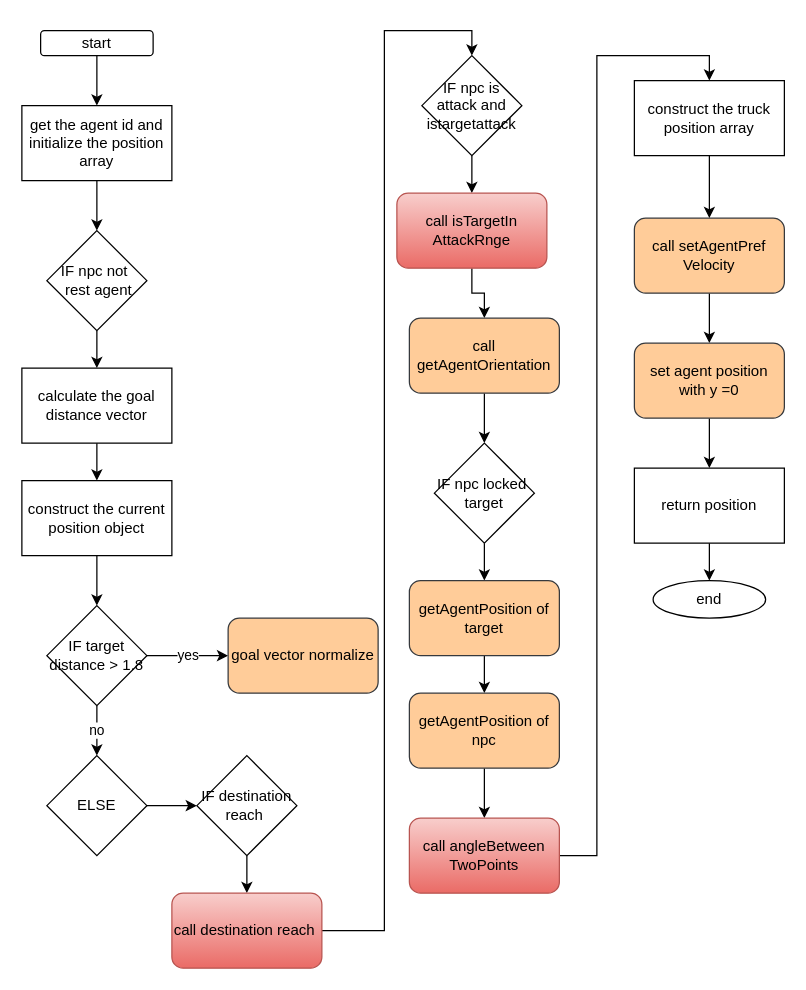
Before: props/update.drawio in sivagit/diagrams, a draw.io diagram. Source tidied: cells renumbered, new cells numbered last; positions are measured from the earlier drawing's top-left corner, leaving out a move shared by most shapes. Both pictures are drawn from the tidied source at 125%, with x=0, y=0 at pixel (21, 30).
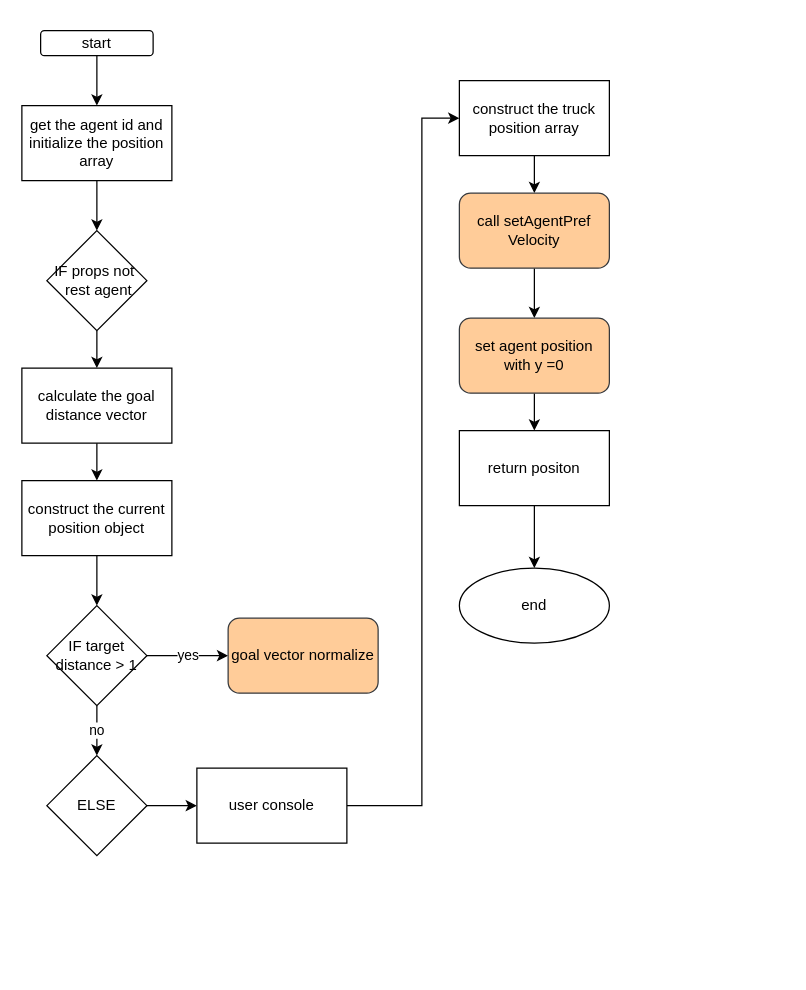
Above is the later version.

Unchanged cells that the change refers to:
```xml
<mxCell id="9" value="ELSE" style="rhombus;whiteSpace=wrap;html=1;rounded=0;" parent="1" vertex="1">
  <mxGeometry x="20" y="580" width="80" height="80" as="geometry" />
</mxCell>
```

Change to the diagram source:
```diff
@@
-    <mxCell id="5" value="IF target distance &amp;gt; 1.8" style="rhombus;whiteSpace=wrap;html=1;rounded=0;" parent="1" vertex="1">
+    <mxCell id="5" value="IF target distance &amp;gt; 1" style="rhombus;whiteSpace=wrap;html=1;rounded=0;" parent="1" vertex="1">
       <mxGeometry x="20" y="460" width="80" height="80" as="geometry" />
     </mxCell>
@@
-    <mxCell id="8" style="edgeStyle=orthogonalEdgeStyle;rounded=0;jettySize=auto;html=1;" parent="1" edge="1" source="9" target="26">
-      <mxGeometry relative="1" as="geometry" />
+    <mxCell id="8" style="edgeStyle=orthogonalEdgeStyle;rounded=0;jettySize=auto;html=1;" parent="1" edge="1" source="9">
+      <mxGeometry relative="1" as="geometry">
+        <mxPoint x="140" y="620" as="targetPoint" />
+      </mxGeometry>
     </mxCell>
@@
-    <mxCell id="10" style="edgeStyle=orthogonalEdgeStyle;rounded=0;jettySize=auto;html=1;" parent="1" edge="1" source="11" target="44">
-      <mxGeometry relative="1" as="geometry" />
-    </mxCell>
-    <mxCell id="11" value="call&amp;nbsp;setAgentPref&lt;br&gt;Velocity" style="rounded=1;whiteSpace=wrap;html=1;fillColor=#ffcc99;strokeColor=#36393d;" parent="1" vertex="1">
-      <mxGeometry x="490" y="150" width="120" height="60" as="geometry" />
-    </mxCell>
-    <mxCell id="12" style="edgeStyle=orthogonalEdgeStyle;rounded=0;jettySize=auto;html=1;" parent="1" edge="1" source="13" target="11">
-      <mxGeometry relative="1" as="geometry" />
-    </mxCell>
-    <mxCell id="13" value="construct the truck position array" style="whiteSpace=wrap;html=1;rounded=0;" parent="1" vertex="1">
-      <mxGeometry x="490" y="40" width="120" height="60" as="geometry" />
-    </mxCell>
-    <mxCell id="14" style="edgeStyle=orthogonalEdgeStyle;rounded=0;jettySize=auto;html=1;" parent="1" edge="1" source="15" target="16">
-      <mxGeometry relative="1" as="geometry" />
-    </mxCell>
-    <mxCell id="15" value="return position" style="whiteSpace=wrap;html=1;rounded=0;" parent="1" vertex="1">
-      <mxGeometry x="490" y="350" width="120" height="60" as="geometry" />
-    </mxCell>
-    <mxCell id="16" value="end" style="ellipse;whiteSpace=wrap;html=1;rounded=0;" parent="1" vertex="1">
-      <mxGeometry x="505" y="440" width="90" height="30" as="geometry" />
-    </mxCell>
@@
-    <mxCell id="22" value="IF npc not&amp;nbsp; &amp;nbsp;rest agent" style="rhombus;whiteSpace=wrap;html=1;" parent="1" vertex="1">
+    <mxCell id="22" value="IF props not&amp;nbsp; &amp;nbsp;rest agent" style="rhombus;whiteSpace=wrap;html=1;" parent="1" vertex="1">
       <mxGeometry x="20" y="160" width="80" height="80" as="geometry" />
     </mxCell>
@@
-    <mxCell id="25" style="edgeStyle=orthogonalEdgeStyle;rounded=0;jettySize=auto;html=1;" parent="1" edge="1" source="26" target="28">
-      <mxGeometry relative="1" as="geometry" />
-    </mxCell>
-    <mxCell id="26" value="IF destination reach&amp;nbsp;" style="rhombus;whiteSpace=wrap;html=1;rounded=0;" parent="1" vertex="1">
-      <mxGeometry x="140" y="580" width="80" height="80" as="geometry" />
-    </mxCell>
-    <mxCell id="27" style="edgeStyle=orthogonalEdgeStyle;rounded=0;jettySize=auto;html=1;entryX=0.5;entryY=0;entryDx=0;entryDy=0;" parent="1" edge="1" source="28" target="30">
-      <mxGeometry relative="1" as="geometry">
-        <Array as="points">
-          <mxPoint x="290" y="720" />
-          <mxPoint x="290" />
-          <mxPoint x="360" />
-        </Array>
-      </mxGeometry>
-    </mxCell>
-    <mxCell id="28" value="call destination reach&amp;nbsp;" style="rounded=1;whiteSpace=wrap;html=1;fillColor=#f8cecc;gradientColor=#ea6b66;strokeColor=#b85450;" parent="1" vertex="1">
-      <mxGeometry x="120" y="690" width="120" height="60" as="geometry" />
-    </mxCell>
-    <mxCell id="29" style="edgeStyle=orthogonalEdgeStyle;rounded=0;jettySize=auto;html=1;" parent="1" edge="1" source="30" target="32">
-      <mxGeometry relative="1" as="geometry" />
-    </mxCell>
-    <mxCell id="30" value="IF npc is attack and istargetattack" style="rhombus;whiteSpace=wrap;html=1;" parent="1" vertex="1">
-      <mxGeometry x="320" y="20" width="80" height="80" as="geometry" />
-    </mxCell>
-    <mxCell id="31" style="edgeStyle=orthogonalEdgeStyle;rounded=0;jettySize=auto;html=1;" parent="1" edge="1" source="32" target="34">
-      <mxGeometry relative="1" as="geometry" />
-    </mxCell>
-    <mxCell id="32" value="call&amp;nbsp;isTargetIn&lt;br&gt;AttackRnge" style="rounded=1;whiteSpace=wrap;html=1;fillColor=#f8cecc;gradientColor=#ea6b66;strokeColor=#b85450;" parent="1" vertex="1">
-      <mxGeometry x="300" y="130" width="120" height="60" as="geometry" />
-    </mxCell>
-    <mxCell id="33" style="edgeStyle=orthogonalEdgeStyle;rounded=0;jettySize=auto;html=1;" parent="1" edge="1" source="34" target="36">
-      <mxGeometry relative="1" as="geometry" />
-    </mxCell>
-    <mxCell id="34" value="call getAgentOrientation" style="rounded=1;whiteSpace=wrap;html=1;fillColor=#ffcc99;strokeColor=#36393d;" parent="1" vertex="1">
-      <mxGeometry x="310" y="230" width="120" height="60" as="geometry" />
-    </mxCell>
-    <mxCell id="35" style="edgeStyle=orthogonalEdgeStyle;rounded=0;jettySize=auto;html=1;" parent="1" edge="1" source="36" target="38">
-      <mxGeometry relative="1" as="geometry" />
-    </mxCell>
-    <mxCell id="36" value="IF npc locked&amp;nbsp; target" style="rhombus;whiteSpace=wrap;html=1;" parent="1" vertex="1">
-      <mxGeometry x="330" y="330" width="80" height="80" as="geometry" />
-    </mxCell>
-    <mxCell id="37" style="edgeStyle=orthogonalEdgeStyle;rounded=0;jettySize=auto;html=1;" parent="1" edge="1" source="38" target="40">
-      <mxGeometry relative="1" as="geometry" />
-    </mxCell>
-    <mxCell id="38" value="getAgentPosition of target" style="rounded=1;whiteSpace=wrap;html=1;fillColor=#ffcc99;strokeColor=#36393d;" parent="1" vertex="1">
-      <mxGeometry x="310" y="440" width="120" height="60" as="geometry" />
-    </mxCell>
-    <mxCell id="39" style="edgeStyle=orthogonalEdgeStyle;rounded=0;jettySize=auto;html=1;" parent="1" edge="1" source="40" target="42">
-      <mxGeometry relative="1" as="geometry" />
-    </mxCell>
-    <mxCell id="40" value="getAgentPosition of npc" style="rounded=1;whiteSpace=wrap;html=1;fillColor=#ffcc99;strokeColor=#36393d;" parent="1" vertex="1">
-      <mxGeometry x="310" y="530" width="120" height="60" as="geometry" />
-    </mxCell>
-    <mxCell id="41" style="edgeStyle=orthogonalEdgeStyle;rounded=0;jettySize=auto;html=1;entryX=0.5;entryY=0;entryDx=0;entryDy=0;" parent="1" edge="1" source="42" target="13">
-      <mxGeometry relative="1" as="geometry" />
-    </mxCell>
-    <mxCell id="42" value="call&amp;nbsp;angleBetween&lt;br&gt;TwoPoints" style="rounded=1;whiteSpace=wrap;html=1;fillColor=#f8cecc;gradientColor=#ea6b66;strokeColor=#b85450;" parent="1" vertex="1">
-      <mxGeometry x="310" y="630" width="120" height="60" as="geometry" />
-    </mxCell>
-    <mxCell id="43" style="edgeStyle=orthogonalEdgeStyle;rounded=0;jettySize=auto;html=1;" parent="1" edge="1" source="44" target="15">
-      <mxGeometry relative="1" as="geometry" />
-    </mxCell>
+    <mxCell id="45" style="edgeStyle=orthogonalEdgeStyle;rounded=0;jettySize=auto;html=1;" parent="1" edge="1" source="46" target="13">
+      <mxGeometry relative="1" as="geometry">
+        <Array as="points">
+          <mxPoint x="320" y="620" />
+          <mxPoint x="320" y="70" />
+        </Array>
+      </mxGeometry>
+    </mxCell>
+    <mxCell id="46" value="user console" style="rounded=0;whiteSpace=wrap;html=1;" parent="1" vertex="1">
+      <mxGeometry x="140" y="590" width="120" height="60" as="geometry" />
+    </mxCell>
+    <mxCell id="12" style="edgeStyle=orthogonalEdgeStyle;rounded=0;jettySize=auto;html=1;" parent="1" edge="1" source="13" target="11">
+      <mxGeometry relative="1" as="geometry" />
+    </mxCell>
+    <mxCell id="13" value="construct the truck position array" style="whiteSpace=wrap;html=1;rounded=0;" parent="1" vertex="1">
+      <mxGeometry x="350" y="40" width="120" height="60" as="geometry" />
+    </mxCell>
+    <mxCell id="10" style="edgeStyle=orthogonalEdgeStyle;rounded=0;jettySize=auto;html=1;" parent="1" edge="1" source="11" target="44">
+      <mxGeometry relative="1" as="geometry" />
+    </mxCell>
+    <mxCell id="11" value="call&amp;nbsp;setAgentPref&lt;br&gt;Velocity" style="rounded=1;whiteSpace=wrap;html=1;fillColor=#ffcc99;strokeColor=#36393d;" parent="1" vertex="1">
+      <mxGeometry x="350" y="130" width="120" height="60" as="geometry" />
+    </mxCell>
+    <mxCell id="47" style="edgeStyle=orthogonalEdgeStyle;rounded=0;jettySize=auto;html=1;" parent="1" edge="1" source="44" target="49">
+      <mxGeometry relative="1" as="geometry" />
+    </mxCell>
     <mxCell id="44" value="set agent position with y =0" style="rounded=1;whiteSpace=wrap;html=1;fillColor=#ffcc99;strokeColor=#36393d;" parent="1" vertex="1">
-      <mxGeometry x="490" y="250" width="120" height="60" as="geometry" />
+      <mxGeometry x="350" y="230" width="120" height="60" as="geometry" />
     </mxCell>
+    <mxCell id="48" style="edgeStyle=orthogonalEdgeStyle;rounded=0;jettySize=auto;html=1;" parent="1" edge="1" source="49" target="16">
+      <mxGeometry relative="1" as="geometry" />
+    </mxCell>
+    <mxCell id="49" value="return positon" style="rounded=0;whiteSpace=wrap;html=1;" parent="1" vertex="1">
+      <mxGeometry x="350" y="320" width="120" height="60" as="geometry" />
+    </mxCell>
+    <mxCell id="16" value="end" style="ellipse;whiteSpace=wrap;html=1;rounded=0;" parent="1" vertex="1">
+      <mxGeometry x="350" y="430" width="120" height="60" as="geometry" />
+    </mxCell>
```
